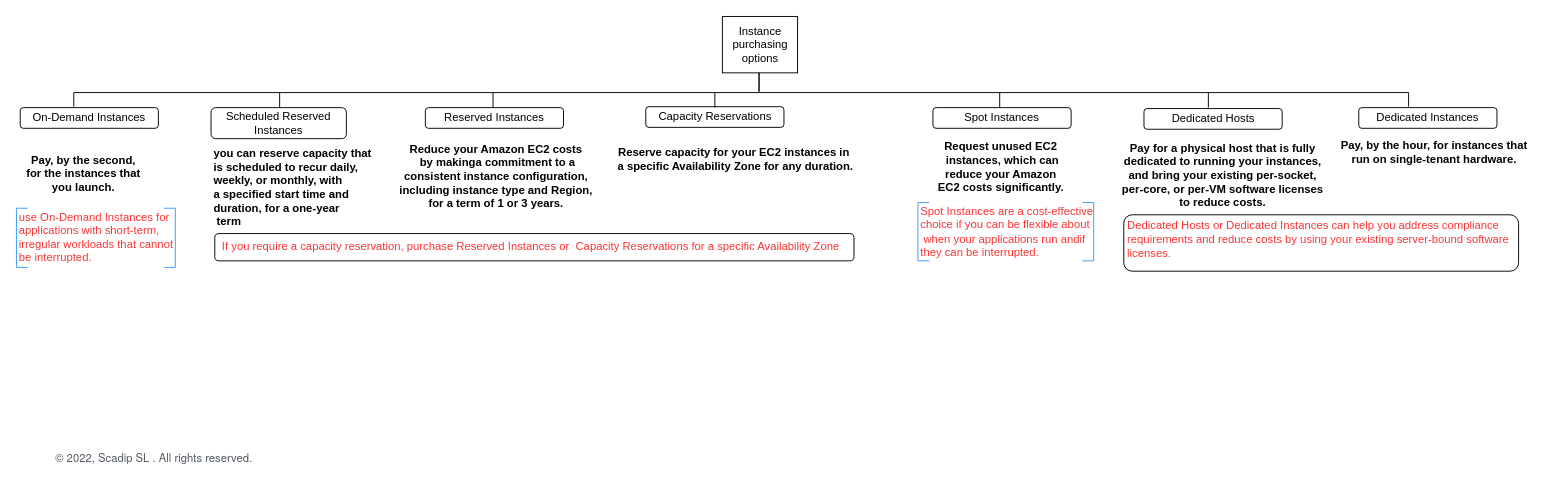
ldipotetjob/AWS keeps this draw.io diagram as certification/noserverless/compute/ec2/ec2_purchasing_option.drawio. Above is the earlier version. Source tidied: cells renumbered, new cells numbered last; positions are measured from the earlier drawing's top-left corner, leaving out a move shared by most shapes. Both pictures are drawn from the tidied source at 94%, with x=0, y=0 at pixel (16, 16).
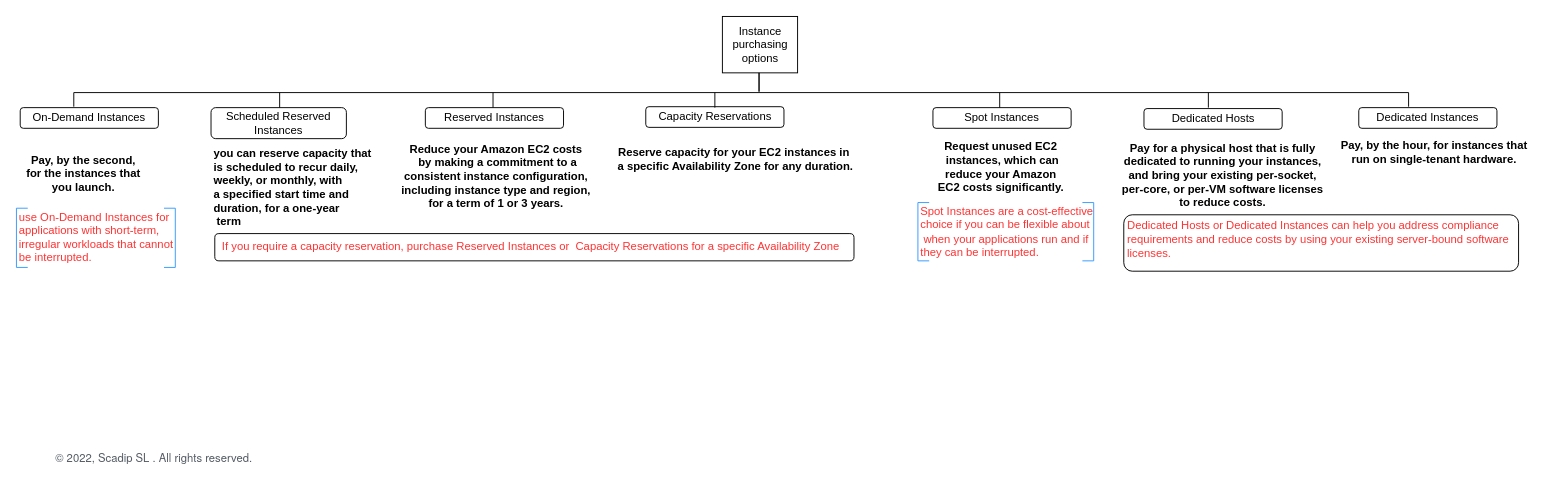
Above is the later version.

The edit, as a diff of the source:
```diff
@@
-    <mxCell id="12" value="Reduce your Amazon EC2 costs&lt;br&gt;&amp;nbsp;by makinga commitment to a &lt;br&gt;consistent instance configuration, &lt;br&gt;including instance type and Region, &lt;br&gt;for a term of 1 or 3 years." style="text;html=1;align=center;verticalAlign=middle;strokeColor=none;fillColor=none;fontStyle=1;" parent="1" vertex="1">
-      <mxGeometry x="395" y="125" width="230" height="90" as="geometry" />
+    <mxCell id="12" value="Reduce your Amazon EC2 costs&lt;br&gt;&amp;nbsp;by making a commitment to a &lt;br&gt;consistent instance configuration, &lt;br&gt;including instance type and region, &lt;br&gt;for a term of 1 or 3 years." style="text;html=1;align=center;verticalAlign=middle;strokeColor=none;fillColor=none;fontStyle=1;" parent="1" vertex="1">
+      <mxGeometry x="400" y="125" width="220" height="90" as="geometry" />
     </mxCell>
@@
-    <mxCell id="28" value="Spot Instances are a cost-effective &lt;br&gt;choice if you can be flexible about&lt;br&gt;&amp;nbsp;when your applications run andif &lt;br&gt;they can be interrupted." style="text;html=1;align=left;verticalAlign=middle;strokeColor=none;fillColor=none;fontColor=#FF3333;" parent="1" vertex="1">
+    <mxCell id="28" value="Spot Instances are a cost-effective &lt;br&gt;choice if you can be flexible about&lt;br&gt;&amp;nbsp;when your applications run and if &lt;br&gt;they can be interrupted." style="text;html=1;align=left;verticalAlign=middle;strokeColor=none;fillColor=none;fontColor=#FF3333;" parent="1" vertex="1">
       <mxGeometry x="960" y="194" width="210" height="70" as="geometry" />
     </mxCell>
```
